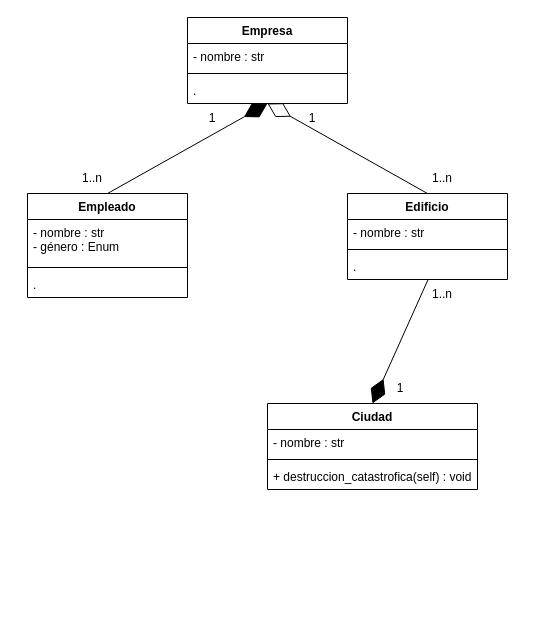
Before: Ejercicio-01/ej-01.drawio in lidia-veli/Ejs-Agregacion-Composicion, a draw.io diagram. Source tidied: cells renumbered, new cells numbered last; positions are measured from the earlier drawing's top-left corner, leaving out a move shared by most shapes. Both pictures are drawn from the tidied source at 100%, with x=0, y=0 at pixel (27, 17).
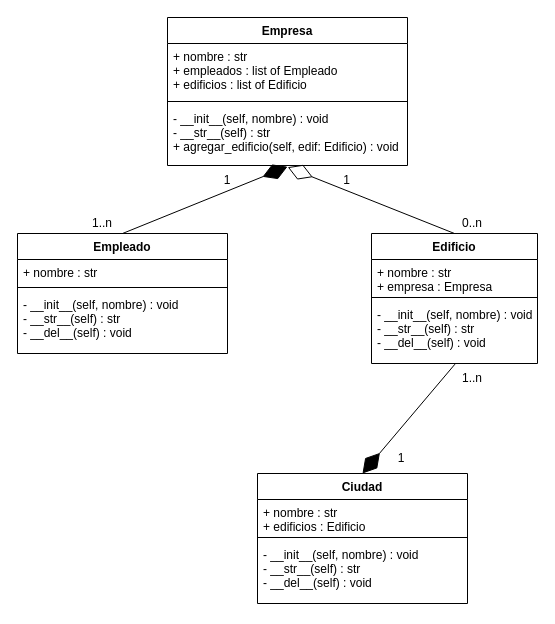
Above is the later version.

The edit, as a diff of the source:
```diff
@@
-    <mxCell id="2" style="endArrow=diamondThin;endFill=0;endSize=24;html=1;exitX=0.5;exitY=0;exitDx=0;exitDy=0;" parent="1" edge="1" source="19">
-      <mxGeometry relative="1" as="geometry">
-        <mxPoint x="240" y="86" as="targetPoint" />
-      </mxGeometry>
+    <mxCell id="2" style="endArrow=diamondThin;endFill=0;endSize=24;html=1;exitX=0.5;exitY=0;exitDx=0;exitDy=0;entryX=0.501;entryY=1.028;entryDx=0;entryDy=0;entryPerimeter=0;" parent="1" edge="1" source="19" target="13">
+      <mxGeometry relative="1" as="geometry" />
     </mxCell>
     <mxCell id="3" value="1..n" style="text;html=1;strokeColor=none;fillColor=none;align=center;verticalAlign=middle;whiteSpace=wrap;rounded=0;" parent="1" vertex="1">
-      <mxGeometry x="50" y="146" width="30" height="30" as="geometry" />
+      <mxGeometry x="60" y="196" width="30" height="20" as="geometry" />
     </mxCell>
     <mxCell id="4" value="1" style="text;html=1;strokeColor=none;fillColor=none;align=center;verticalAlign=middle;whiteSpace=wrap;rounded=0;" parent="1" vertex="1">
-      <mxGeometry x="170" y="86" width="30" height="30" as="geometry" />
+      <mxGeometry x="190" y="156" width="20" height="14" as="geometry" />
     </mxCell>
-    <mxCell id="5" value="1..n" style="text;html=1;strokeColor=none;fillColor=none;align=center;verticalAlign=middle;whiteSpace=wrap;rounded=0;" parent="1" vertex="1">
-      <mxGeometry x="400" y="146" width="30" height="30" as="geometry" />
+    <mxCell id="5" value="0..n" style="text;html=1;strokeColor=none;fillColor=none;align=center;verticalAlign=middle;whiteSpace=wrap;rounded=0;" parent="1" vertex="1">
+      <mxGeometry x="430" y="196" width="30" height="20" as="geometry" />
     </mxCell>
     <mxCell id="6" value="1" style="text;html=1;strokeColor=none;fillColor=none;align=center;verticalAlign=middle;whiteSpace=wrap;rounded=0;" parent="1" vertex="1">
-      <mxGeometry x="270" y="86" width="30" height="30" as="geometry" />
+      <mxGeometry x="310" y="156" width="19" height="14" as="geometry" />
     </mxCell>
@@
     <mxCell id="8" value="1..n" style="text;html=1;strokeColor=none;fillColor=none;align=center;verticalAlign=middle;whiteSpace=wrap;rounded=0;" parent="1" vertex="1">
-      <mxGeometry x="400" y="262" width="30" height="30" as="geometry" />
+      <mxGeometry x="430" y="346" width="30" height="30" as="geometry" />
     </mxCell>
     <mxCell id="9" value="1" style="text;html=1;strokeColor=none;fillColor=none;align=center;verticalAlign=middle;whiteSpace=wrap;rounded=0;" parent="1" vertex="1">
-      <mxGeometry x="358" y="356" width="30" height="30" as="geometry" />
+      <mxGeometry x="359" y="426" width="30" height="30" as="geometry" />
     </mxCell>
     <mxCell id="10" value="Empresa" style="swimlane;fontStyle=1;align=center;verticalAlign=top;horizontal=1;startSize=26;" parent="1" vertex="1">
-      <mxGeometry x="160" width="160" height="86" as="geometry" />
+      <mxGeometry x="140" width="240" height="148" as="geometry" />
     </mxCell>
-    <mxCell id="11" value="- nombre : str" style="text;strokeColor=none;fillColor=none;align=left;verticalAlign=top;spacingLeft=4;spacingRight=4;overflow=hidden;" parent="10" vertex="1">
-      <mxGeometry y="26" width="160" height="26" as="geometry" />
+    <mxCell id="11" value="+ nombre : str&#10;+ empleados : list of Empleado&#10;+ edificios : list of Edificio" style="text;strokeColor=none;fillColor=none;align=left;verticalAlign=top;spacingLeft=4;spacingRight=4;overflow=hidden;" parent="10" vertex="1">
+      <mxGeometry y="26" width="240" height="54" as="geometry" />
     </mxCell>
     <mxCell id="12" style="line;strokeWidth=1;fillColor=none;align=left;verticalAlign=middle;spacingTop=-1;spacingLeft=3;spacingRight=3;labelPosition=right;strokeColor=inherit;" parent="10" vertex="1">
-      <mxGeometry y="52" width="160" height="8" as="geometry" />
+      <mxGeometry y="80" width="240" height="8" as="geometry" />
     </mxCell>
-    <mxCell id="13" value="." style="text;strokeColor=none;fillColor=none;align=left;verticalAlign=top;spacingLeft=4;spacingRight=4;overflow=hidden;points=[[0,0.5],[1,0.5]];portConstraint=eastwest;" parent="10" vertex="1">
-      <mxGeometry y="60" width="160" height="26" as="geometry" />
+    <mxCell id="13" value="- __init__(self, nombre) : void&#10;- __str__(self) : str&#10;+ agregar_edificio(self, edif: Edificio) : void" style="text;strokeColor=none;fillColor=none;align=left;verticalAlign=top;spacingLeft=4;spacingRight=4;overflow=hidden;points=[[0,0.5],[1,0.5]];portConstraint=eastwest;" parent="10" vertex="1">
+      <mxGeometry y="88" width="240" height="60" as="geometry" />
     </mxCell>
     <mxCell id="14" value="Empleado" style="swimlane;fontStyle=1;align=center;verticalAlign=top;horizontal=1;startSize=26;" parent="1" vertex="1">
-      <mxGeometry y="176" width="160" height="104" as="geometry" />
+      <mxGeometry x="-10" y="216" width="210" height="120" as="geometry" />
     </mxCell>
-    <mxCell id="15" value="- nombre : str&#10;- género : Enum" style="text;strokeColor=none;fillColor=none;align=left;verticalAlign=top;spacingLeft=4;spacingRight=4;overflow=hidden;" parent="14" vertex="1">
-      <mxGeometry y="26" width="160" height="44" as="geometry" />
+    <mxCell id="15" value="+ nombre : str" style="text;strokeColor=none;fillColor=none;align=left;verticalAlign=top;spacingLeft=4;spacingRight=4;overflow=hidden;" parent="14" vertex="1">
+      <mxGeometry y="26" width="210" height="24" as="geometry" />
     </mxCell>
     <mxCell id="16" style="line;strokeWidth=1;fillColor=none;align=left;verticalAlign=middle;spacingTop=-1;spacingLeft=3;spacingRight=3;labelPosition=right;strokeColor=inherit;" parent="14" vertex="1">
-      <mxGeometry y="70" width="160" height="8" as="geometry" />
+      <mxGeometry y="50" width="210" height="8" as="geometry" />
     </mxCell>
-    <mxCell id="17" value="." style="text;strokeColor=none;fillColor=none;align=left;verticalAlign=top;spacingLeft=4;spacingRight=4;overflow=hidden;" parent="14" vertex="1">
-      <mxGeometry y="78" width="160" height="26" as="geometry" />
+    <mxCell id="17" value="- __init__(self, nombre) : void&#10;- __str__(self) : str&#10;- __del__(self) : void" style="text;strokeColor=none;fillColor=none;align=left;verticalAlign=top;spacingLeft=4;spacingRight=4;overflow=hidden;" parent="14" vertex="1">
+      <mxGeometry y="58" width="210" height="62" as="geometry" />
     </mxCell>
-    <mxCell id="18" style="endArrow=diamondThin;endFill=1;endSize=24;html=1;entryX=0.499;entryY=1.013;entryDx=0;entryDy=0;entryPerimeter=0;exitX=0.5;exitY=0;exitDx=0;exitDy=0;" parent="1" edge="1" source="14" target="13">
+    <mxCell id="18" style="endArrow=diamondThin;endFill=1;endSize=24;html=1;exitX=0.5;exitY=0;exitDx=0;exitDy=0;entryX=0.5;entryY=1.02;entryDx=0;entryDy=0;entryPerimeter=0;" parent="1" edge="1" source="14" target="13">
       <mxGeometry relative="1" as="geometry" />
     </mxCell>
     <mxCell id="19" value="Edificio" style="swimlane;fontStyle=1;align=center;verticalAlign=top;horizontal=1;startSize=26;" parent="1" vertex="1">
-      <mxGeometry x="320" y="176" width="160" height="86" as="geometry" />
+      <mxGeometry x="344" y="216" width="166" height="130" as="geometry" />
     </mxCell>
-    <mxCell id="20" value="- nombre : str" style="text;strokeColor=none;fillColor=none;align=left;verticalAlign=top;spacingLeft=4;spacingRight=4;overflow=hidden;" parent="19" vertex="1">
-      <mxGeometry y="26" width="160" height="26" as="geometry" />
+    <mxCell id="20" value="+ nombre : str&#10;+ empresa : Empresa" style="text;strokeColor=none;fillColor=none;align=left;verticalAlign=top;spacingLeft=4;spacingRight=4;overflow=hidden;" parent="19" vertex="1">
+      <mxGeometry y="26" width="166" height="34" as="geometry" />
     </mxCell>
     <mxCell id="21" style="line;strokeWidth=1;fillColor=none;align=left;verticalAlign=middle;spacingTop=-1;spacingLeft=3;spacingRight=3;labelPosition=right;strokeColor=inherit;" parent="19" vertex="1">
-      <mxGeometry y="52" width="160" height="8" as="geometry" />
+      <mxGeometry y="60" width="166" height="8" as="geometry" />
     </mxCell>
-    <mxCell id="22" value="." style="text;strokeColor=none;fillColor=none;align=left;verticalAlign=top;spacingLeft=4;spacingRight=4;overflow=hidden;points=[[0,0.5],[1,0.5]];portConstraint=eastwest;" parent="19" vertex="1">
-      <mxGeometry y="60" width="160" height="26" as="geometry" />
+    <mxCell id="22" value="- __init__(self, nombre) : void&#10;- __str__(self) : str&#10;- __del__(self) : void" style="text;strokeColor=none;fillColor=none;align=left;verticalAlign=top;spacingLeft=4;spacingRight=4;overflow=hidden;points=[[0,0.5],[1,0.5]];portConstraint=eastwest;" parent="19" vertex="1">
+      <mxGeometry y="68" width="166" height="62" as="geometry" />
     </mxCell>
     <mxCell id="23" value="Ciudad" style="swimlane;fontStyle=1;align=center;verticalAlign=top;horizontal=1;startSize=26;" parent="1" vertex="1">
-      <mxGeometry x="240" y="386" width="210" height="86" as="geometry" />
+      <mxGeometry x="230" y="456" width="210" height="130" as="geometry" />
     </mxCell>
-    <mxCell id="24" value="- nombre : str" style="text;strokeColor=none;fillColor=none;align=left;verticalAlign=top;spacingLeft=4;spacingRight=4;overflow=hidden;" parent="23" vertex="1">
-      <mxGeometry y="26" width="210" height="26" as="geometry" />
+    <mxCell id="24" value="+ nombre : str&#10;+ edificios : Edificio" style="text;strokeColor=none;fillColor=none;align=left;verticalAlign=top;spacingLeft=4;spacingRight=4;overflow=hidden;" parent="23" vertex="1">
+      <mxGeometry y="26" width="210" height="34" as="geometry" />
     </mxCell>
     <mxCell id="25" style="line;strokeWidth=1;fillColor=none;align=left;verticalAlign=middle;spacingTop=-1;spacingLeft=3;spacingRight=3;labelPosition=right;strokeColor=inherit;" parent="23" vertex="1">
-      <mxGeometry y="52" width="210" height="8" as="geometry" />
+      <mxGeometry y="60" width="210" height="8" as="geometry" />
     </mxCell>
-    <mxCell id="26" value="+ destruccion_catastrofica(self) : void" style="text;strokeColor=none;fillColor=none;align=left;verticalAlign=top;spacingLeft=4;spacingRight=4;overflow=hidden;" parent="23" vertex="1">
-      <mxGeometry y="60" width="210" height="26" as="geometry" />
+    <mxCell id="26" value="- __init__(self, nombre) : void&#10;- __str__(self) : str&#10;- __del__(self) : void" style="text;strokeColor=none;fillColor=none;align=left;verticalAlign=top;spacingLeft=4;spacingRight=4;overflow=hidden;" parent="23" vertex="1">
+      <mxGeometry y="68" width="210" height="62" as="geometry" />
     </mxCell>
```
